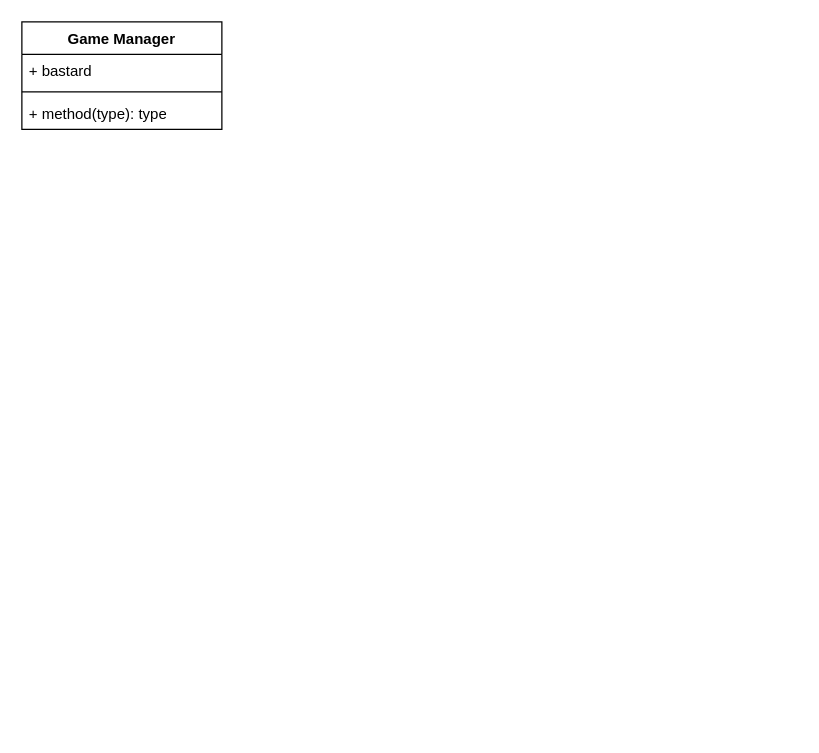
Before: Gabool_draft_1.drawio in critschris/Gabool_Draft, a draw.io diagram. Source tidied: cells renumbered, new cells numbered last; positions are measured from the earlier drawing's top-left corner, leaving out a move shared by most shapes. Both pictures are drawn from the tidied source at 125%, with x=0, y=0 at pixel (21, 21).
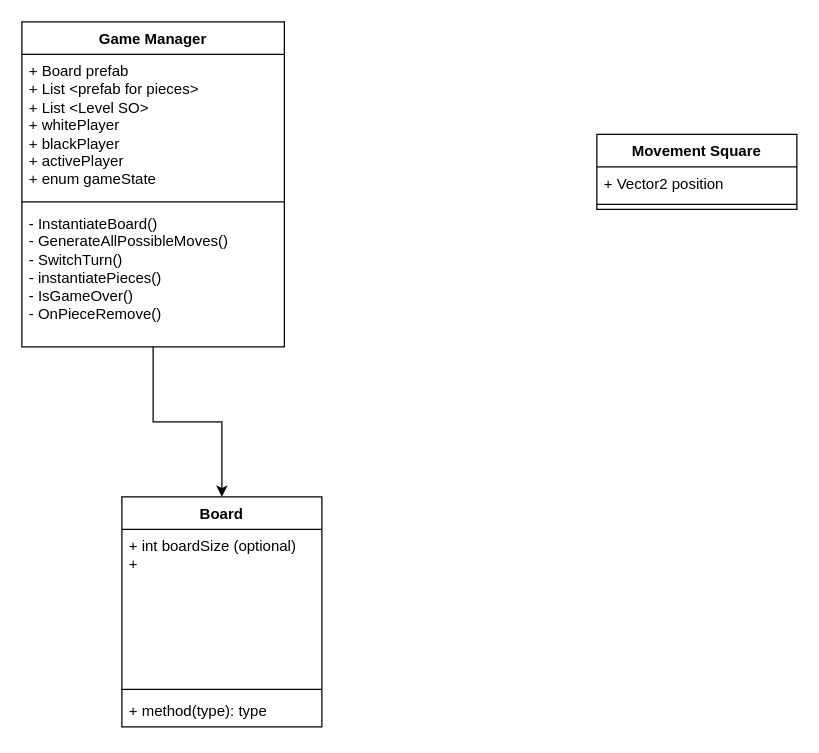
The same diagram, later.

What changed in the source:
```diff
@@
 <mxGraphModel>
   <root>
     <mxCell id="0" />
     <mxCell id="1" parent="0" />
+    <mxCell id="6" style="edgeStyle=orthogonalEdgeStyle;rounded=0;jettySize=auto;html=1;" parent="1" edge="1" source="2" target="10">
+      <mxGeometry relative="1" as="geometry" />
+    </mxCell>
     <mxCell id="2" value="Game Manager" style="swimlane;fontStyle=1;align=center;verticalAlign=top;horizontal=1;startSize=26;whiteSpace=wrap;html=1;" parent="1" vertex="1">
-      <mxGeometry width="160" height="86" as="geometry" />
+      <mxGeometry width="210" height="260" as="geometry" />
     </mxCell>
-    <mxCell id="3" value="+ bastard" style="text;strokeColor=none;fillColor=none;align=left;verticalAlign=top;spacingLeft=4;spacingRight=4;overflow=hidden;whiteSpace=wrap;html=1;" parent="2" vertex="1">
-      <mxGeometry y="26" width="160" height="26" as="geometry" />
+    <mxCell id="3" value="+ Board prefab&lt;div&gt;+ List &amp;lt;prefab for pieces&amp;gt;&lt;/div&gt;&lt;div&gt;+ List &amp;lt;Level SO&amp;gt;&lt;br&gt;&lt;div&gt;+ whitePlayer&lt;/div&gt;&lt;/div&gt;&lt;div&gt;+ blackPlayer&lt;/div&gt;&lt;div&gt;+ activePlayer&lt;/div&gt;&lt;div&gt;+ enum gameState&lt;/div&gt;" style="text;strokeColor=none;fillColor=none;align=left;verticalAlign=top;spacingLeft=4;spacingRight=4;overflow=hidden;whiteSpace=wrap;html=1;" parent="2" vertex="1">
+      <mxGeometry y="26" width="210" height="114" as="geometry" />
     </mxCell>
     <mxCell id="4" style="line;strokeWidth=1;fillColor=none;align=left;verticalAlign=middle;spacingTop=-1;spacingLeft=3;spacingRight=3;labelPosition=right;strokeColor=inherit;" parent="2" vertex="1">
-      <mxGeometry y="52" width="160" height="8" as="geometry" />
+      <mxGeometry y="140" width="210" height="8" as="geometry" />
     </mxCell>
-    <mxCell id="5" value="+ method(type): type" style="text;strokeColor=none;fillColor=none;align=left;verticalAlign=top;spacingLeft=4;spacingRight=4;overflow=hidden;whiteSpace=wrap;html=1;" parent="2" vertex="1">
-      <mxGeometry y="60" width="160" height="26" as="geometry" />
+    <mxCell id="5" value="- InstantiateBoard()&lt;div&gt;- GenerateAllPossibleMoves()&lt;/div&gt;&lt;div&gt;- SwitchTurn()&lt;/div&gt;&lt;div&gt;- instantiatePieces()&lt;/div&gt;&lt;div&gt;- IsGameOver()&lt;/div&gt;&lt;div&gt;- OnPieceRemove()&lt;/div&gt;" style="text;strokeColor=none;fillColor=none;align=left;verticalAlign=top;spacingLeft=4;spacingRight=4;overflow=hidden;whiteSpace=wrap;html=1;" parent="2" vertex="1">
+      <mxGeometry y="148" width="210" height="112" as="geometry" />
     </mxCell>
+    <mxCell id="7" value="Movement Square" style="swimlane;fontStyle=1;align=center;verticalAlign=top;horizontal=1;startSize=26;whiteSpace=wrap;html=1;" parent="1" vertex="1">
+      <mxGeometry x="460" y="90" width="160" height="60" as="geometry" />
+    </mxCell>
+    <mxCell id="8" value="+ Vector2 position" style="text;strokeColor=none;fillColor=none;align=left;verticalAlign=top;spacingLeft=4;spacingRight=4;overflow=hidden;whiteSpace=wrap;html=1;" parent="7" vertex="1">
+      <mxGeometry y="26" width="160" height="26" as="geometry" />
+    </mxCell>
+    <mxCell id="9" style="line;strokeWidth=1;fillColor=none;align=left;verticalAlign=middle;spacingTop=-1;spacingLeft=3;spacingRight=3;labelPosition=right;strokeColor=inherit;" parent="7" vertex="1">
+      <mxGeometry y="52" width="160" height="8" as="geometry" />
+    </mxCell>
+    <mxCell id="10" value="Board" style="swimlane;fontStyle=1;align=center;verticalAlign=top;horizontal=1;startSize=26;whiteSpace=wrap;html=1;" parent="1" vertex="1">
+      <mxGeometry x="80" y="380" width="160" height="184" as="geometry" />
+    </mxCell>
+    <mxCell id="11" value="+ int boardSize (optional)&lt;div&gt;+&lt;/div&gt;" style="text;strokeColor=none;fillColor=none;align=left;verticalAlign=top;spacingLeft=4;spacingRight=4;overflow=hidden;whiteSpace=wrap;html=1;" parent="10" vertex="1">
+      <mxGeometry y="26" width="160" height="124" as="geometry" />
+    </mxCell>
+    <mxCell id="12" style="line;strokeWidth=1;fillColor=none;align=left;verticalAlign=middle;spacingTop=-1;spacingLeft=3;spacingRight=3;labelPosition=right;strokeColor=inherit;" parent="10" vertex="1">
+      <mxGeometry y="150" width="160" height="8" as="geometry" />
+    </mxCell>
+    <mxCell id="13" value="+ method(type): type" style="text;strokeColor=none;fillColor=none;align=left;verticalAlign=top;spacingLeft=4;spacingRight=4;overflow=hidden;whiteSpace=wrap;html=1;" parent="10" vertex="1">
+      <mxGeometry y="158" width="160" height="26" as="geometry" />
+    </mxCell>
   </root>
 </mxGraphModel>
```
